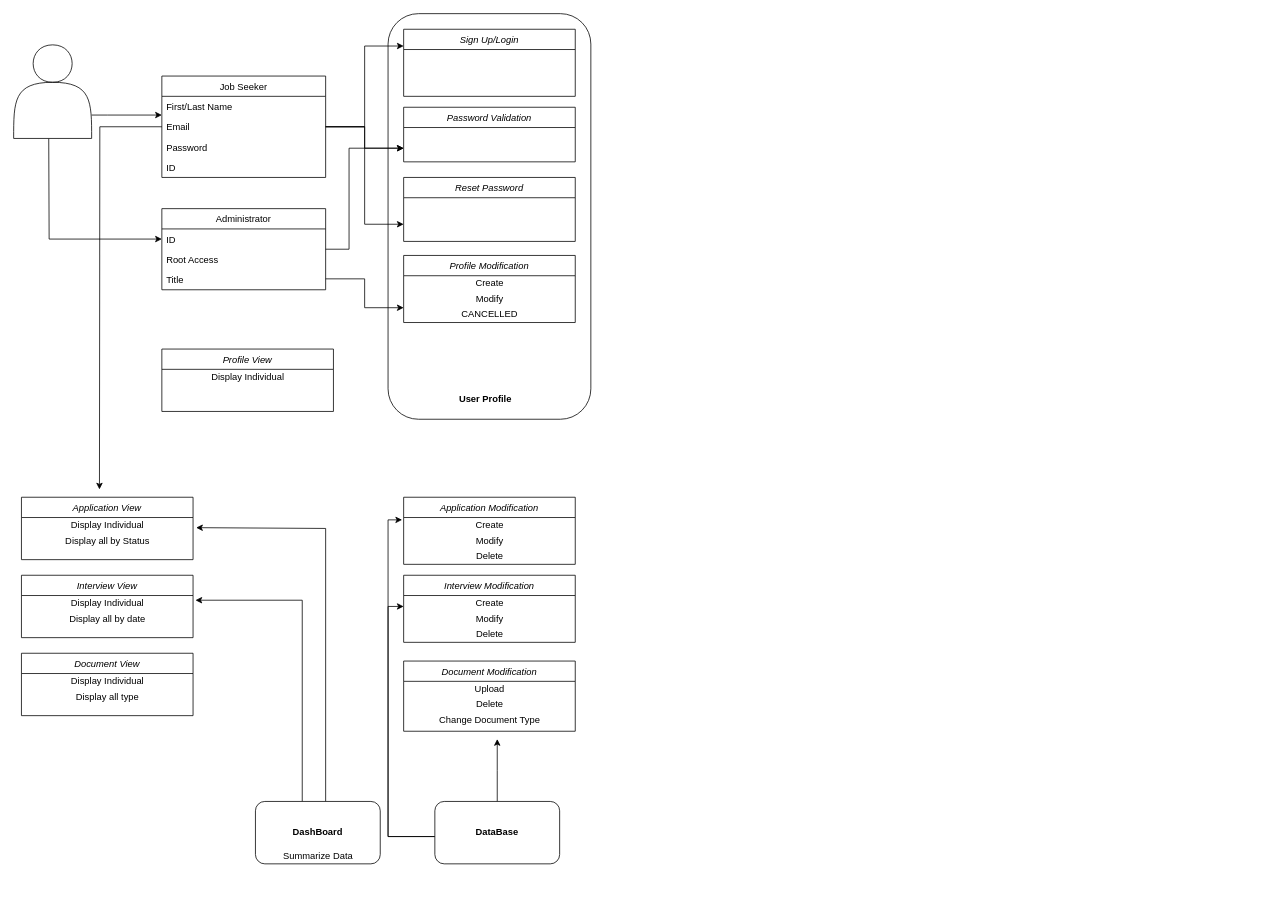
Above: Resources/Classes_UML.drawio in helenewillits/JobMe (draw.io), before the change. Source tidied: cells renumbered, new cells numbered last; positions are measured from the earlier drawing's top-left corner, leaving out a move shared by most shapes. Both pictures are drawn from the tidied source at 78%, with x=0, y=0 at pixel (13, 13).
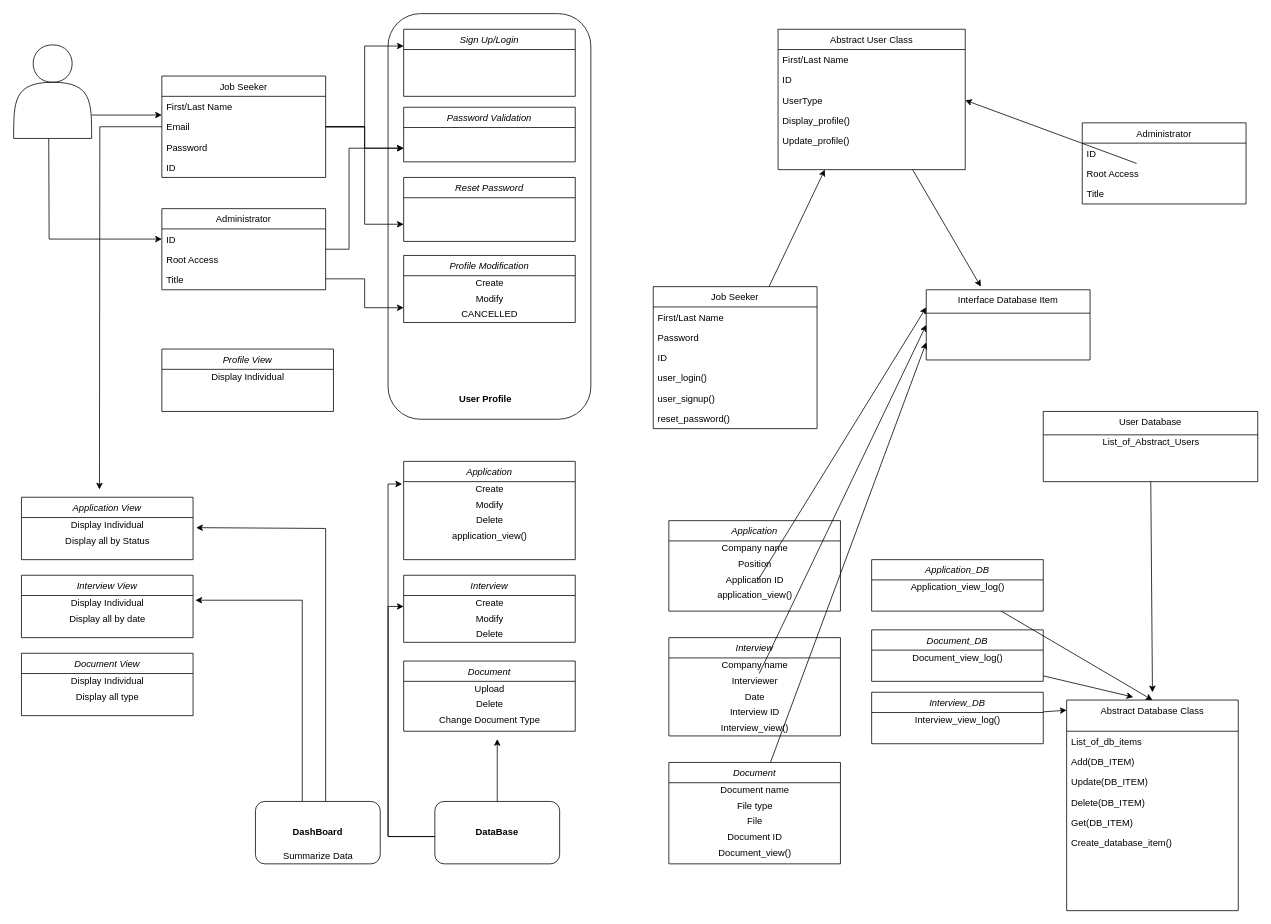
The same diagram, later.

Commit message:
Complete Classes UML

The change refers to these unchanged cells:
```xml
<mxCell id="45" value="&lt;b&gt;DataBase&lt;/b&gt;" style="rounded=1;whiteSpace=wrap;html=1;" parent="1" vertex="1">
  <mxGeometry x="540" y="1010" width="160" height="80" as="geometry" />
</mxCell>
```

Diff of the diagram source:
```diff
@@
-    <mxCell id="2" style="rounded=1;whiteSpace=wrap;html=1;" parent="1" vertex="1">
+    <mxCell id="2" style="rounded=1;whiteSpace=wrap;html=1;arcSize=16;" parent="1" vertex="1">
       <mxGeometry x="480" width="260" height="520" as="geometry" />
     </mxCell>
@@
-    <mxCell id="17" value="Application Modification" style="swimlane;fontStyle=2;align=center;verticalAlign=top;horizontal=1;startSize=26;rounded=0;shadow=0;strokeWidth=1;" parent="1" vertex="1">
-      <mxGeometry x="500" y="620" width="220" height="86" as="geometry" />
-    </mxCell>
-    <mxCell id="18" value="Create" style="text;html=1;align=center;verticalAlign=middle;points=[];" parent="17" vertex="1">
-      <mxGeometry y="26" width="220" height="20" as="geometry" />
-    </mxCell>
-    <mxCell id="19" value="&lt;div&gt;Modify&lt;/div&gt;" style="text;html=1;align=center;verticalAlign=middle;" parent="17" vertex="1">
-      <mxGeometry y="46" width="220" height="20" as="geometry" />
-    </mxCell>
-    <mxCell id="20" value="Delete" style="text;html=1;align=center;verticalAlign=middle;" parent="17" vertex="1">
-      <mxGeometry y="66" width="220" height="20" as="geometry" />
-    </mxCell>
-    <mxCell id="21" value="Interview Modification" style="swimlane;fontStyle=2;align=center;verticalAlign=top;horizontal=1;startSize=26;rounded=0;shadow=0;strokeWidth=1;" parent="1" vertex="1">
+    <mxCell id="21" value="Interview" style="swimlane;fontStyle=2;align=center;verticalAlign=top;horizontal=1;startSize=26;rounded=0;shadow=0;strokeWidth=1;" parent="1" vertex="1">
       <mxGeometry x="500" y="720" width="220" height="86" as="geometry" />
     </mxCell>
@@
-    <mxCell id="25" value="Document Modification" style="swimlane;fontStyle=2;align=center;verticalAlign=top;horizontal=1;startSize=26;rounded=0;shadow=0;strokeWidth=1;" parent="1" vertex="1">
+    <mxCell id="25" value="Document" style="swimlane;fontStyle=2;align=center;verticalAlign=top;horizontal=1;startSize=26;rounded=0;shadow=0;strokeWidth=1;" parent="1" vertex="1">
       <mxGeometry x="500" y="830" width="220" height="90" as="geometry" />
     </mxCell>
@@
+    <mxCell id="60" style="edgeStyle=none;rounded=0;jettySize=auto;html=1;" parent="1" edge="1" source="61">
+      <mxGeometry relative="1" as="geometry">
+        <mxPoint x="1240" y="350" as="targetPoint" />
+      </mxGeometry>
+    </mxCell>
+    <mxCell id="61" value="Abstract User Class" style="swimlane;fontStyle=0;align=center;verticalAlign=top;horizontal=1;startSize=26;rounded=0;shadow=0;strokeWidth=1;" parent="1" vertex="1">
+      <mxGeometry x="980" y="20" width="240" height="180" as="geometry" />
+    </mxCell>
+    <mxCell id="62" value="First/Last Name" style="text;align=left;verticalAlign=top;spacingLeft=4;spacingRight=4;overflow=hidden;" parent="61" vertex="1">
+      <mxGeometry y="26" width="240" height="26" as="geometry" />
+    </mxCell>
+    <mxCell id="63" value="ID" style="text;align=left;verticalAlign=top;spacingLeft=4;spacingRight=4;overflow=hidden;rounded=0;shadow=0;html=0;" parent="61" vertex="1">
+      <mxGeometry y="52" width="240" height="26" as="geometry" />
+    </mxCell>
+    <mxCell id="64" value="UserType" style="text;align=left;verticalAlign=top;spacingLeft=4;spacingRight=4;overflow=hidden;points=[[0,0.5],[1,0.5]];portConstraint=eastwest;rounded=0;shadow=0;html=0;" parent="61" vertex="1">
+      <mxGeometry y="78" width="240" height="26" as="geometry" />
+    </mxCell>
+    <mxCell id="65" value="Display_profile()" style="text;align=left;verticalAlign=top;spacingLeft=4;spacingRight=4;overflow=hidden;rounded=0;shadow=0;html=0;" parent="61" vertex="1">
+      <mxGeometry y="104" width="240" height="26" as="geometry" />
+    </mxCell>
+    <mxCell id="66" value="Update_profile()" style="text;align=left;verticalAlign=top;spacingLeft=4;spacingRight=4;overflow=hidden;rounded=0;shadow=0;html=0;" parent="61" vertex="1">
+      <mxGeometry y="130" width="240" height="26" as="geometry" />
+    </mxCell>
@@
+    <mxCell id="67" value="Administrator" style="swimlane;fontStyle=0;align=center;verticalAlign=top;horizontal=1;startSize=26;rounded=0;shadow=0;strokeWidth=1;" parent="1" vertex="1">
+      <mxGeometry x="1370" y="140" width="210" height="104" as="geometry" />
+    </mxCell>
+    <mxCell id="68" value="ID" style="text;align=left;verticalAlign=top;spacingLeft=4;spacingRight=4;overflow=hidden;" parent="67" vertex="1">
+      <mxGeometry y="26" width="210" height="26" as="geometry" />
+    </mxCell>
+    <mxCell id="69" value="Root Access" style="text;align=left;verticalAlign=top;spacingLeft=4;spacingRight=4;overflow=hidden;points=[[0,0.5],[1,0.5]];portConstraint=eastwest;rounded=0;shadow=0;html=0;" parent="67" vertex="1">
+      <mxGeometry y="52" width="210" height="26" as="geometry" />
+    </mxCell>
+    <mxCell id="70" value="Title" style="text;align=left;verticalAlign=top;spacingLeft=4;spacingRight=4;overflow=hidden;rounded=0;shadow=0;html=0;" parent="67" vertex="1">
+      <mxGeometry y="78" width="210" height="22" as="geometry" />
+    </mxCell>
@@
     <mxCell id="44" style="edgeStyle=orthogonalEdgeStyle;rounded=0;jettySize=auto;html=1;entryX=-0.009;entryY=0.15;entryDx=0;entryDy=0;entryPerimeter=0;" parent="1" edge="1" source="45" target="18">
       <mxGeometry relative="1" as="geometry">
         <Array as="points">
           <mxPoint x="480" y="1055" />
-          <mxPoint x="480" y="649" />
+          <mxPoint x="480" y="603" />
         </Array>
       </mxGeometry>
     </mxCell>
@@
+    <mxCell id="71" style="edgeStyle=none;rounded=0;jettySize=auto;html=1;entryX=0.25;entryY=1;entryDx=0;entryDy=0;" parent="1" edge="1" source="72" target="61">
+      <mxGeometry relative="1" as="geometry" />
+    </mxCell>
+    <mxCell id="72" value="Job Seeker" style="swimlane;fontStyle=0;align=center;verticalAlign=top;horizontal=1;startSize=26;rounded=0;shadow=0;strokeWidth=1;" parent="1" vertex="1">
+      <mxGeometry x="820" y="350" width="210" height="182" as="geometry" />
+    </mxCell>
+    <mxCell id="73" value="First/Last Name" style="text;align=left;verticalAlign=top;spacingLeft=4;spacingRight=4;overflow=hidden;" parent="72" vertex="1">
+      <mxGeometry y="26" width="210" height="26" as="geometry" />
+    </mxCell>
+    <mxCell id="74" value="Password" style="text;align=left;verticalAlign=top;spacingLeft=4;spacingRight=4;overflow=hidden;rounded=0;shadow=0;html=0;" parent="72" vertex="1">
+      <mxGeometry y="52" width="210" height="26" as="geometry" />
+    </mxCell>
+    <mxCell id="75" value="ID" style="text;align=left;verticalAlign=top;spacingLeft=4;spacingRight=4;overflow=hidden;rounded=0;shadow=0;html=0;" parent="72" vertex="1">
+      <mxGeometry y="78" width="210" height="26" as="geometry" />
+    </mxCell>
+    <mxCell id="76" value="user_login()" style="text;align=left;verticalAlign=top;spacingLeft=4;spacingRight=4;overflow=hidden;rounded=0;shadow=0;html=0;" parent="72" vertex="1">
+      <mxGeometry y="104" width="210" height="26" as="geometry" />
+    </mxCell>
+    <mxCell id="77" value="user_signup()" style="text;align=left;verticalAlign=top;spacingLeft=4;spacingRight=4;overflow=hidden;rounded=0;shadow=0;html=0;" parent="72" vertex="1">
+      <mxGeometry y="130" width="210" height="26" as="geometry" />
+    </mxCell>
+    <mxCell id="78" value="reset_password()" style="text;align=left;verticalAlign=top;spacingLeft=4;spacingRight=4;overflow=hidden;rounded=0;shadow=0;html=0;" parent="72" vertex="1">
+      <mxGeometry y="156" width="210" height="26" as="geometry" />
+    </mxCell>
+    <mxCell id="79" style="edgeStyle=none;rounded=0;jettySize=auto;html=1;entryX=1;entryY=0.5;entryDx=0;entryDy=0;" parent="1" edge="1" source="69" target="64">
+      <mxGeometry relative="1" as="geometry" />
+    </mxCell>
+    <mxCell id="17" value="Application" style="swimlane;fontStyle=2;align=center;verticalAlign=top;horizontal=1;startSize=26;rounded=0;shadow=0;strokeWidth=1;" parent="1" vertex="1">
+      <mxGeometry x="500" y="574" width="220" height="126" as="geometry" />
+    </mxCell>
+    <mxCell id="18" value="Create" style="text;html=1;align=center;verticalAlign=middle;points=[];" parent="17" vertex="1">
+      <mxGeometry y="26" width="220" height="20" as="geometry" />
+    </mxCell>
+    <mxCell id="19" value="&lt;div&gt;Modify&lt;/div&gt;" style="text;html=1;align=center;verticalAlign=middle;" parent="17" vertex="1">
+      <mxGeometry y="46" width="220" height="20" as="geometry" />
+    </mxCell>
+    <mxCell id="20" value="Delete" style="text;html=1;align=center;verticalAlign=middle;" parent="17" vertex="1">
+      <mxGeometry y="66" width="220" height="20" as="geometry" />
+    </mxCell>
+    <mxCell id="80" value="application_view()" style="text;html=1;align=center;verticalAlign=middle;" parent="17" vertex="1">
+      <mxGeometry y="86" width="220" height="20" as="geometry" />
+    </mxCell>
+    <mxCell id="81" value="Application" style="swimlane;fontStyle=2;align=center;verticalAlign=top;horizontal=1;startSize=26;rounded=0;shadow=0;strokeWidth=1;" parent="1" vertex="1">
+      <mxGeometry x="840" y="650" width="220" height="116" as="geometry" />
+    </mxCell>
+    <mxCell id="82" value="Company name" style="text;html=1;align=center;verticalAlign=middle;" parent="81" vertex="1">
+      <mxGeometry y="26" width="220" height="20" as="geometry" />
+    </mxCell>
+    <mxCell id="83" value="Position" style="text;html=1;align=center;verticalAlign=middle;" parent="81" vertex="1">
+      <mxGeometry y="46" width="220" height="20" as="geometry" />
+    </mxCell>
+    <mxCell id="84" value="Application ID" style="text;html=1;align=center;verticalAlign=middle;" parent="81" vertex="1">
+      <mxGeometry y="66" width="220" height="20" as="geometry" />
+    </mxCell>
+    <mxCell id="85" value="application_view()" style="text;html=1;align=center;verticalAlign=middle;" parent="81" vertex="1">
+      <mxGeometry y="86" width="220" height="20" as="geometry" />
+    </mxCell>
+    <mxCell id="86" value="Interview" style="swimlane;fontStyle=2;align=center;verticalAlign=top;horizontal=1;startSize=26;rounded=0;shadow=0;strokeWidth=1;" parent="1" vertex="1">
+      <mxGeometry x="840" y="800" width="220" height="126" as="geometry" />
+    </mxCell>
+    <mxCell id="87" value="Company name" style="text;html=1;align=center;verticalAlign=middle;" parent="86" vertex="1">
+      <mxGeometry y="26" width="220" height="20" as="geometry" />
+    </mxCell>
+    <mxCell id="88" value="Interviewer" style="text;html=1;align=center;verticalAlign=middle;" parent="86" vertex="1">
+      <mxGeometry y="46" width="220" height="20" as="geometry" />
+    </mxCell>
+    <mxCell id="89" value="Date" style="text;html=1;align=center;verticalAlign=middle;" parent="86" vertex="1">
+      <mxGeometry y="66" width="220" height="20" as="geometry" />
+    </mxCell>
+    <mxCell id="90" value="Interview ID" style="text;html=1;align=center;verticalAlign=middle;" parent="86" vertex="1">
+      <mxGeometry y="86" width="220" height="20" as="geometry" />
+    </mxCell>
+    <mxCell id="91" value="Interview_view()" style="text;html=1;align=center;verticalAlign=middle;" parent="86" vertex="1">
+      <mxGeometry y="106" width="220" height="20" as="geometry" />
+    </mxCell>
+    <mxCell id="92" style="edgeStyle=none;rounded=0;jettySize=auto;html=1;entryX=0;entryY=0.25;entryDx=0;entryDy=0;" parent="1" edge="1" target="117">
+      <mxGeometry relative="1" as="geometry">
+        <mxPoint x="954.4" y="726" as="sourcePoint" />
+      </mxGeometry>
+    </mxCell>
+    <mxCell id="93" style="edgeStyle=none;rounded=0;jettySize=auto;html=1;entryX=0;entryY=0.5;entryDx=0;entryDy=0;" parent="1" edge="1" target="117">
+      <mxGeometry relative="1" as="geometry">
+        <mxPoint x="955.9" y="846" as="sourcePoint" />
+      </mxGeometry>
+    </mxCell>
+    <mxCell id="94" style="edgeStyle=none;rounded=0;jettySize=auto;html=1;entryX=0;entryY=0.75;entryDx=0;entryDy=0;" parent="1" edge="1" target="117">
+      <mxGeometry relative="1" as="geometry">
+        <mxPoint x="960.6" y="986" as="sourcePoint" />
+      </mxGeometry>
+    </mxCell>
+    <mxCell id="95" value="Abstract Database Class" style="swimlane;fontStyle=0;align=center;verticalAlign=top;horizontal=1;startSize=40;rounded=0;shadow=0;strokeWidth=1;" parent="1" vertex="1">
+      <mxGeometry x="1350" y="880" width="220" height="270" as="geometry" />
+    </mxCell>
+    <mxCell id="96" value="List_of_db_items&#10;" style="text;align=left;verticalAlign=top;spacingLeft=4;spacingRight=4;overflow=hidden;" parent="95" vertex="1">
+      <mxGeometry y="40" width="220" height="26" as="geometry" />
+    </mxCell>
+    <mxCell id="97" value="Add(DB_ITEM)" style="text;align=left;verticalAlign=top;spacingLeft=4;spacingRight=4;overflow=hidden;" parent="95" vertex="1">
+      <mxGeometry y="66" width="220" height="26" as="geometry" />
+    </mxCell>
+    <mxCell id="98" value="Update(DB_ITEM)" style="text;align=left;verticalAlign=top;spacingLeft=4;spacingRight=4;overflow=hidden;" parent="95" vertex="1">
+      <mxGeometry y="92" width="220" height="26" as="geometry" />
+    </mxCell>
+    <mxCell id="99" value="Delete(DB_ITEM)" style="text;align=left;verticalAlign=top;spacingLeft=4;spacingRight=4;overflow=hidden;" parent="95" vertex="1">
+      <mxGeometry y="118" width="220" height="26" as="geometry" />
+    </mxCell>
+    <mxCell id="100" value="Get(DB_ITEM)" style="text;align=left;verticalAlign=top;spacingLeft=4;spacingRight=4;overflow=hidden;" parent="95" vertex="1">
+      <mxGeometry y="144" width="220" height="26" as="geometry" />
+    </mxCell>
+    <mxCell id="101" value="Create_database_item()" style="text;align=left;verticalAlign=top;spacingLeft=4;spacingRight=4;overflow=hidden;" parent="95" vertex="1">
+      <mxGeometry y="170" width="220" height="26" as="geometry" />
+    </mxCell>
+    <mxCell id="102" style="edgeStyle=none;rounded=0;jettySize=auto;html=1;" parent="1" edge="1" source="103">
+      <mxGeometry relative="1" as="geometry">
+        <mxPoint x="1350" y="893" as="targetPoint" />
+      </mxGeometry>
+    </mxCell>
+    <mxCell id="103" value="Interview_DB" style="swimlane;fontStyle=2;align=center;verticalAlign=top;horizontal=1;startSize=26;rounded=0;shadow=0;strokeWidth=1;" parent="1" vertex="1">
+      <mxGeometry x="1100" y="870" width="220" height="66" as="geometry" />
+    </mxCell>
+    <mxCell id="104" value="Interview_view_log()" style="text;html=1;align=center;verticalAlign=middle;" parent="103" vertex="1">
+      <mxGeometry y="26" width="220" height="20" as="geometry" />
+    </mxCell>
+    <mxCell id="105" style="edgeStyle=none;rounded=0;jettySize=auto;html=1;entryX=0.388;entryY=-0.014;entryDx=0;entryDy=0;entryPerimeter=0;" parent="1" edge="1" source="106" target="95">
+      <mxGeometry relative="1" as="geometry" />
+    </mxCell>
+    <mxCell id="106" value="Document_DB" style="swimlane;fontStyle=2;align=center;verticalAlign=top;horizontal=1;startSize=26;rounded=0;shadow=0;strokeWidth=1;" parent="1" vertex="1">
+      <mxGeometry x="1100" y="790" width="220" height="66" as="geometry" />
+    </mxCell>
+    <mxCell id="107" value="Document_view_log()" style="text;html=1;align=center;verticalAlign=middle;" parent="106" vertex="1">
+      <mxGeometry y="26" width="220" height="20" as="geometry" />
+    </mxCell>
+    <mxCell id="108" style="edgeStyle=none;rounded=0;jettySize=auto;html=1;entryX=0.5;entryY=0;entryDx=0;entryDy=0;" parent="1" edge="1" source="109" target="95">
+      <mxGeometry relative="1" as="geometry" />
+    </mxCell>
+    <mxCell id="109" value="Application_DB" style="swimlane;fontStyle=2;align=center;verticalAlign=top;horizontal=1;startSize=26;rounded=0;shadow=0;strokeWidth=1;" parent="1" vertex="1">
+      <mxGeometry x="1100" y="700" width="220" height="66" as="geometry" />
+    </mxCell>
+    <mxCell id="110" value="Application_view_log()" style="text;html=1;align=center;verticalAlign=middle;" parent="109" vertex="1">
+      <mxGeometry y="26" width="220" height="20" as="geometry" />
+    </mxCell>
+    <mxCell id="111" value="Document" style="swimlane;fontStyle=2;align=center;verticalAlign=top;horizontal=1;startSize=26;rounded=0;shadow=0;strokeWidth=1;" parent="1" vertex="1">
+      <mxGeometry x="840" y="960" width="220" height="130" as="geometry" />
+    </mxCell>
+    <mxCell id="112" value="Document name" style="text;html=1;align=center;verticalAlign=middle;" parent="111" vertex="1">
+      <mxGeometry y="26" width="220" height="20" as="geometry" />
+    </mxCell>
+    <mxCell id="113" value="File type" style="text;html=1;align=center;verticalAlign=middle;" parent="111" vertex="1">
+      <mxGeometry y="46" width="220" height="20" as="geometry" />
+    </mxCell>
+    <mxCell id="114" value="File" style="text;html=1;align=center;verticalAlign=middle;" parent="111" vertex="1">
+      <mxGeometry y="66" width="220" height="20" as="geometry" />
+    </mxCell>
+    <mxCell id="115" value="Document ID" style="text;html=1;align=center;verticalAlign=middle;" parent="111" vertex="1">
+      <mxGeometry y="86" width="220" height="20" as="geometry" />
+    </mxCell>
+    <mxCell id="116" value="Document_view()" style="text;html=1;align=center;verticalAlign=middle;" parent="111" vertex="1">
+      <mxGeometry y="106" width="220" height="20" as="geometry" />
+    </mxCell>
+    <mxCell id="117" value="Interface Database Item" style="swimlane;fontStyle=0;align=center;verticalAlign=top;horizontal=1;startSize=30;rounded=0;shadow=0;strokeWidth=1;" parent="1" vertex="1">
+      <mxGeometry x="1170" y="354" width="210" height="90" as="geometry" />
+    </mxCell>
+    <mxCell id="118" style="edgeStyle=none;rounded=0;jettySize=auto;html=1;" parent="1" edge="1" source="119">
+      <mxGeometry relative="1" as="geometry">
+        <mxPoint x="1460" y="870" as="targetPoint" />
+      </mxGeometry>
+    </mxCell>
+    <mxCell id="119" value="User Database" style="swimlane;fontStyle=0;align=center;verticalAlign=top;horizontal=1;startSize=30;rounded=0;shadow=0;strokeWidth=1;" parent="1" vertex="1">
+      <mxGeometry x="1320" y="510" width="275" height="90" as="geometry" />
+    </mxCell>
+    <mxCell id="120" value="List_of_Abstract_Users" style="text;html=1;align=center;verticalAlign=middle;" parent="119" vertex="1">
+      <mxGeometry y="30" width="275" height="20" as="geometry" />
+    </mxCell>
```
